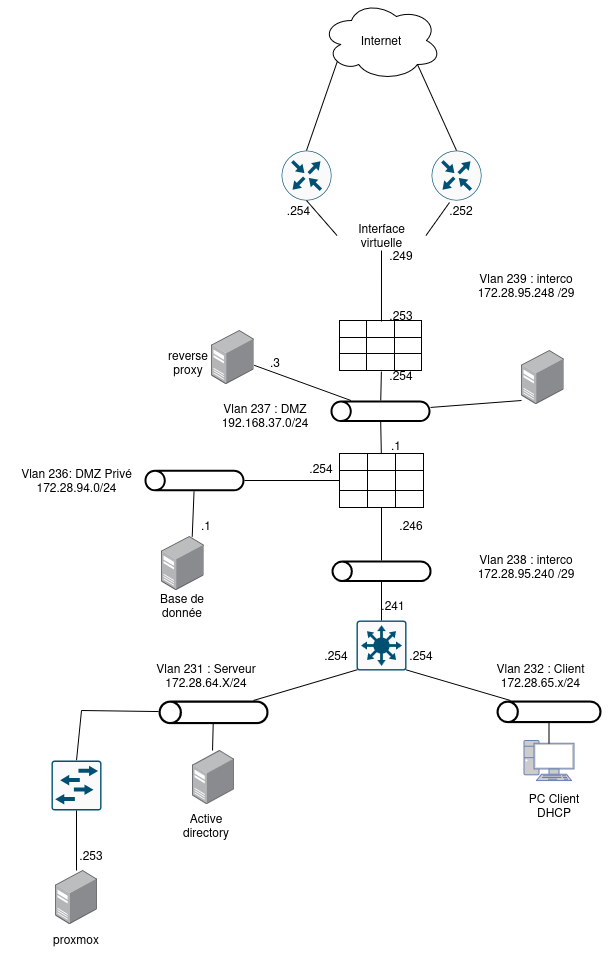
Above: docs/image/réseaux_avec_2_pare-feu.drawio.png in Julesgris/Anne-2025-2026 (draw.io), before the change. Source tidied: cells renumbered, new cells last; positions are measured from the earlier drawing's top-left corner, leaving out a move shared by most shapes.
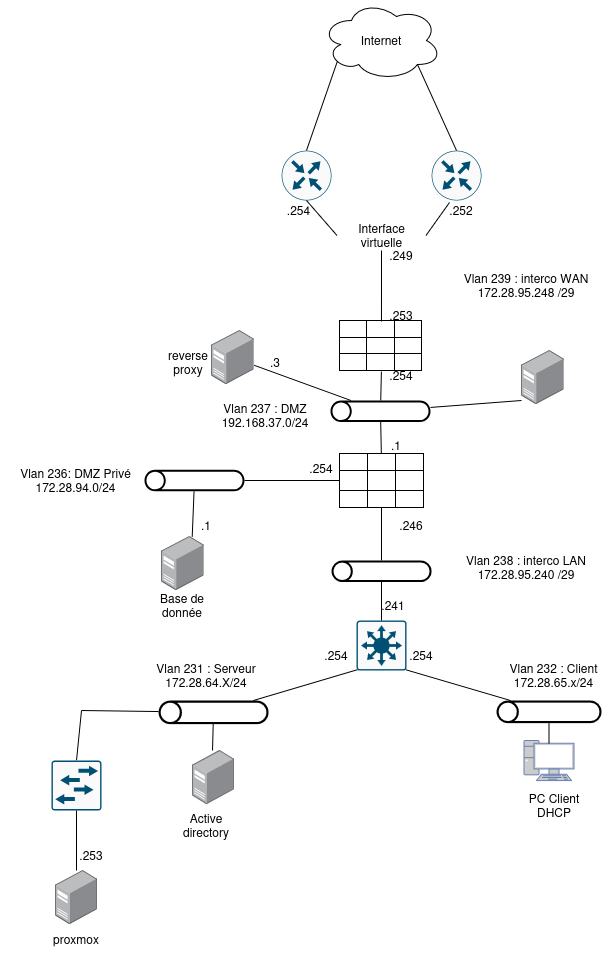
After the commit.

The edit, as a diff of the source:
```diff
@@ -29,7 +29,7 @@
     <mxCell id="10" style="sketch=0;verticalLabelPosition=bottom;sketch=0;html=1;verticalAlign=top;strokeColor=none;fillColor=#000000;align=center;outlineConnect=0;shape=mxgraph.citrix2.tunnel;" parent="1" vertex="1">
       <mxGeometry x="332" y="560" width="100" height="21.5" as="geometry" />
     </mxCell>
-    <mxCell id="11" value="&lt;div&gt;Vlan 238 : interco&lt;/div&gt;&lt;div&gt;172.28.95.240 /29&lt;/div&gt;" style="text;html=1;align=center;verticalAlign=middle;whiteSpace=wrap;rounded=0;" parent="1" vertex="1">
+    <mxCell id="11" value="&lt;div&gt;Vlan 238 : interco LAN&lt;/div&gt;&lt;div&gt;172.28.95.240 /29&lt;/div&gt;" style="text;html=1;align=center;verticalAlign=middle;whiteSpace=wrap;rounded=0;" parent="1" vertex="1">
       <mxGeometry x="442" y="551.5" width="170" height="30" as="geometry" />
     </mxCell>
     <mxCell id="12" value="&lt;div&gt;Vlan 231 : Serveur&lt;/div&gt;&lt;div&gt;172.28.64.X/24&lt;/div&gt;" style="text;html=1;align=center;verticalAlign=middle;whiteSpace=wrap;rounded=0;" parent="1" vertex="1">
@@ -42,7 +42,7 @@
       <mxGeometry relative="1" as="geometry" />
     </mxCell>
     <mxCell id="15" value="&lt;div&gt;Vlan 232 : Client&lt;/div&gt;&lt;div&gt;172.28.65.x/24&lt;/div&gt;" style="text;html=1;align=center;verticalAlign=middle;whiteSpace=wrap;rounded=0;" parent="1" vertex="1">
-      <mxGeometry x="479.5" y="660" width="122.5" height="30" as="geometry" />
+      <mxGeometry x="493.2" y="660" width="122.5" height="30" as="geometry" />
     </mxCell>
     <mxCell id="16" value="&lt;div&gt;PC Client&lt;/div&gt;&lt;div&gt;DHCP&lt;/div&gt;" style="text;html=1;align=center;verticalAlign=middle;whiteSpace=wrap;rounded=0;" parent="1" vertex="1">
       <mxGeometry x="524.5" y="790" width="60" height="30" as="geometry" />
@@ -137,7 +137,7 @@
     <mxCell id="46" value=".246" style="text;html=1;align=center;verticalAlign=middle;whiteSpace=wrap;rounded=0;" parent="1" vertex="1">
       <mxGeometry x="382" y="510" width="60" height="30" as="geometry" />
     </mxCell>
-    <mxCell id="47" value="&lt;div&gt;Vlan 239 : interco&lt;/div&gt;&lt;div&gt;172.28.95.248 /29&lt;/div&gt;" style="text;html=1;align=center;verticalAlign=middle;whiteSpace=wrap;rounded=0;" parent="1" vertex="1">
+    <mxCell id="47" value="&lt;div&gt;Vlan 239 : interco WAN&lt;/div&gt;&lt;div&gt;172.28.95.248 /29&lt;/div&gt;" style="text;html=1;align=center;verticalAlign=middle;whiteSpace=wrap;rounded=0;" parent="1" vertex="1">
       <mxGeometry x="442" y="270" width="170" height="30" as="geometry" />
     </mxCell>
     <mxCell id="48" value=".253" style="text;html=1;align=center;verticalAlign=middle;whiteSpace=wrap;rounded=0;" parent="1" vertex="1">
```
